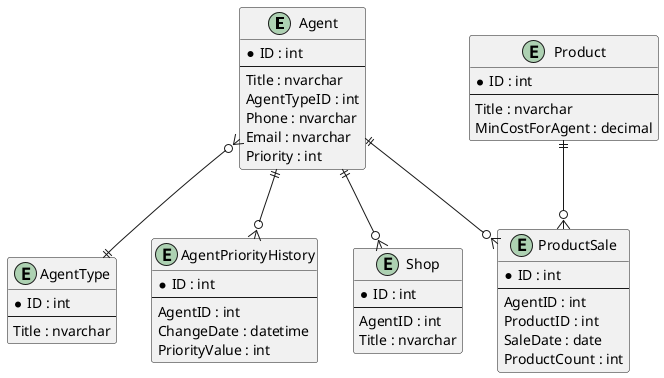
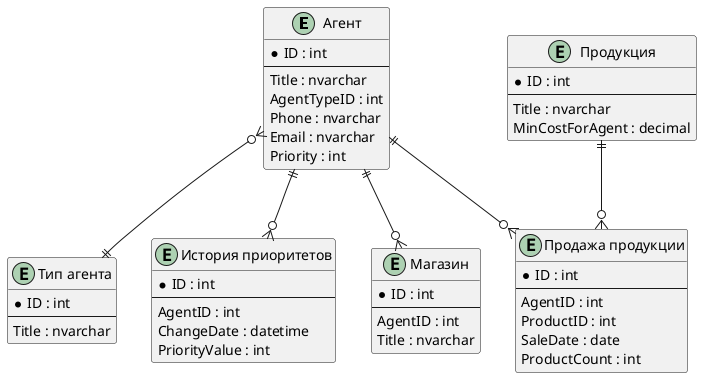
﻿@startuml
- entity Agent {
+ entity "Агент" as Agent {
  * ID : int
  --
  Title : nvarchar
  AgentTypeID : int
  Phone : nvarchar
  Email : nvarchar
  Priority : int
}
- entity AgentType {
+ entity "Тип агента" as AgentType {
  * ID : int
  --
  Title : nvarchar
}
- entity AgentPriorityHistory {
+ entity "История приоритетов" as AgentPriorityHistory {
  * ID : int
  --
  AgentID : int
  ChangeDate : datetime
  PriorityValue : int
}
- entity Shop {
+ entity "Магазин" as Shop {
  * ID : int
  --
  AgentID : int
  Title : nvarchar
}
- entity ProductSale {
+ entity "Продажа продукции" as ProductSale {
  * ID : int
  --
  AgentID : int
  ProductID : int
  SaleDate : date
  ProductCount : int
}
- entity Product {
+ entity "Продукция" as Product {
  * ID : int
  --
  Title : nvarchar
  MinCostForAgent : decimal
}
Agent }o--|| AgentType
Agent ||--o{ AgentPriorityHistory
Agent ||--o{ Shop
Agent ||--o{ ProductSale
Product ||--o{ ProductSale
@enduml
